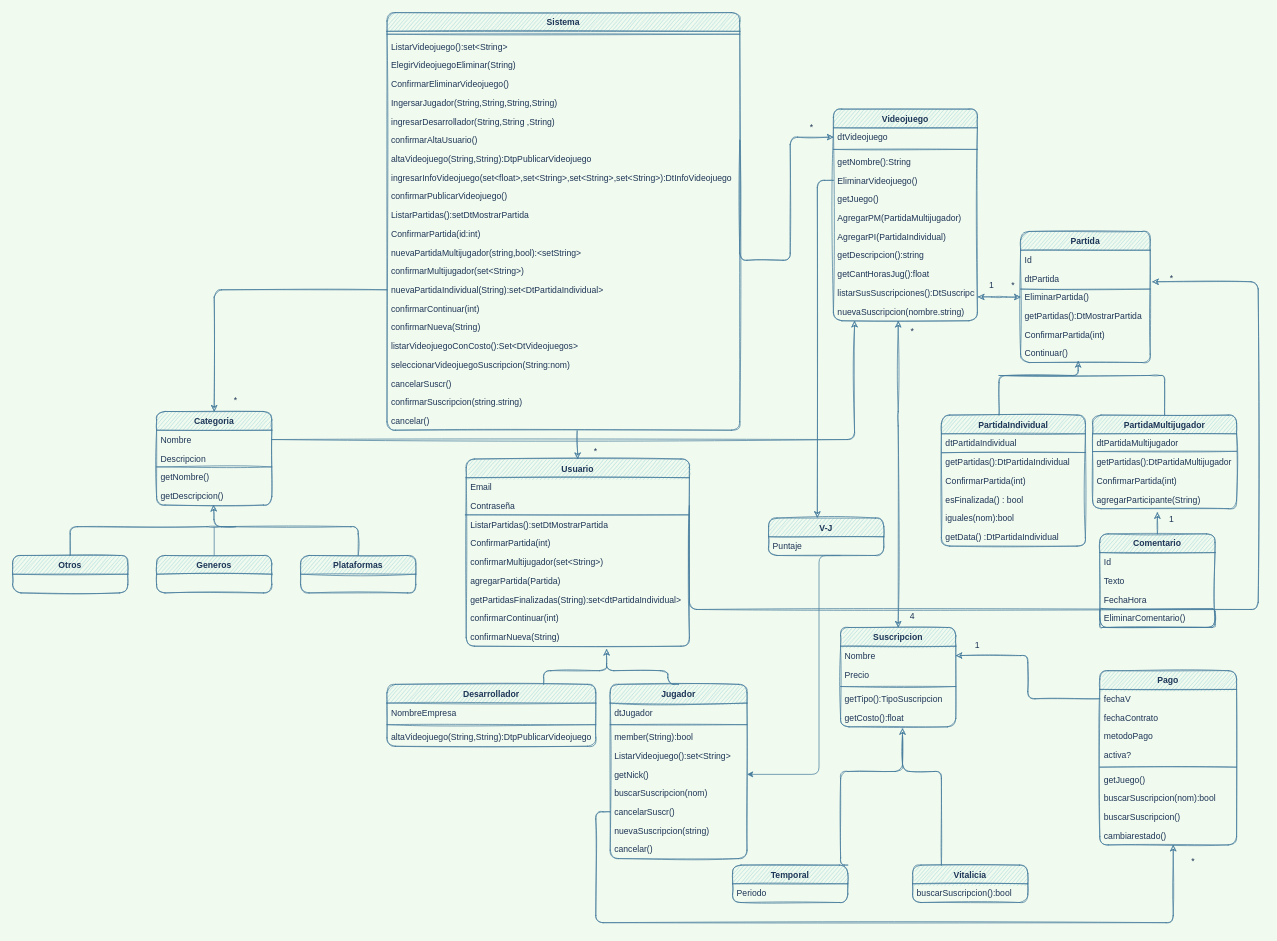
CintiaLeal/Laboratorio_PA keeps this draw.io diagram as UML.drawio. Above is the earlier version. Source tidied: cells renumbered, new cells numbered last; positions are measured from the earlier drawing's top-left corner, leaving out a move shared by most shapes. Both pictures are drawn from the tidied source at 72%, with x=0, y=0 at pixel (12, 12).
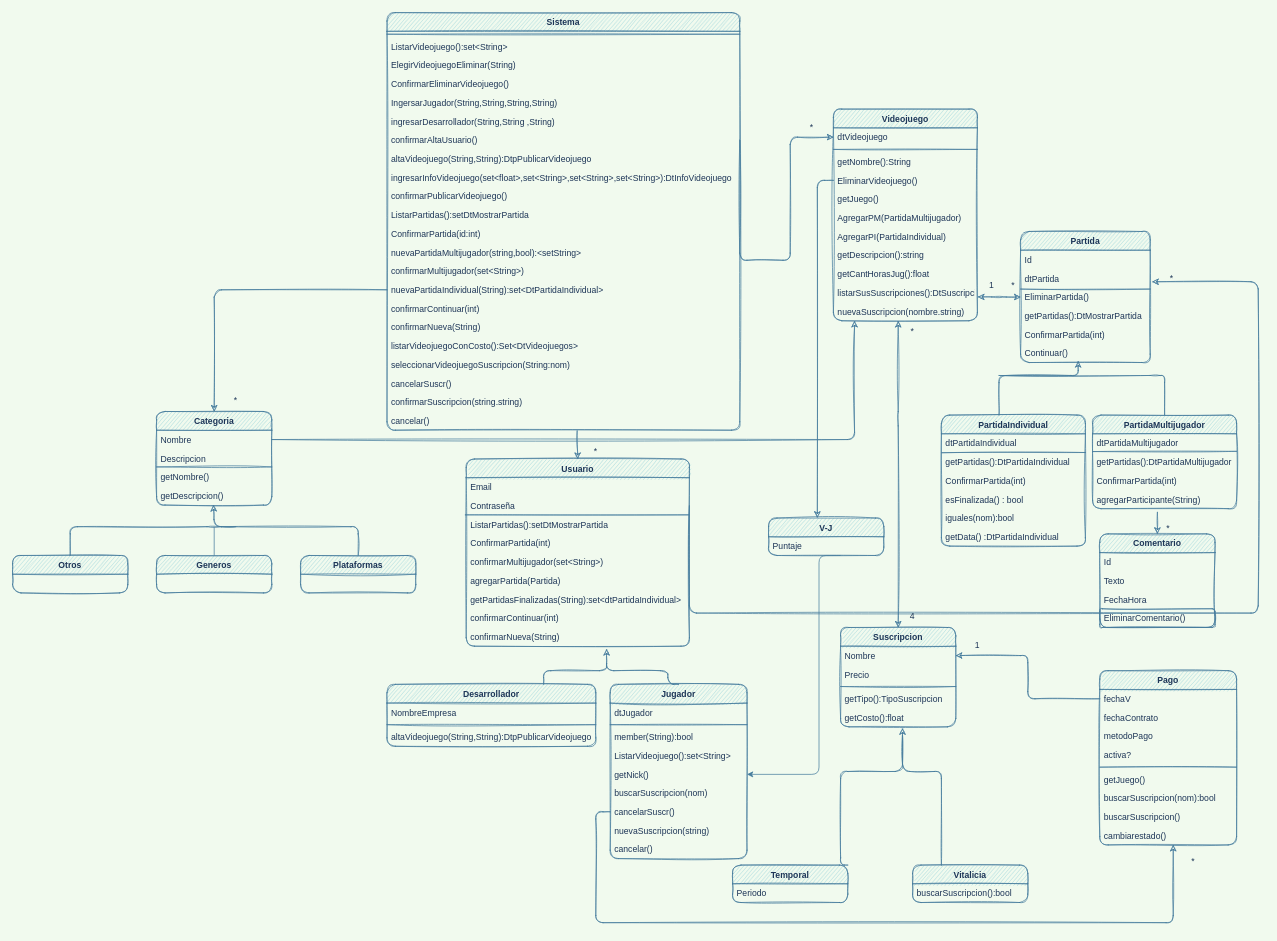
Above is the later version.

The change refers to these unchanged cells:
```xml
<mxCell id="39" value="dtPartida" style="text;strokeColor=none;fillColor=none;align=left;verticalAlign=top;spacingLeft=4;spacingRight=4;overflow=hidden;points=[[0,0.5],[1,0.5]];portConstraint=eastwest;fontColor=#1D3557;sketch=1;rounded=1;" parent="37" vertex="1">
  <mxGeometry y="52" width="180" height="26" as="geometry" />
</mxCell>
<mxCell id="54" value="Comentario" style="swimlane;fontStyle=1;align=center;verticalAlign=top;horizontal=1;startSize=26;fillColor=#A8DADC;strokeColor=#457B9D;fontColor=#1D3557;sketch=1;rounded=1;" parent="1" vertex="1">
  <mxGeometry x="1510" y="724" width="160" height="130" as="geometry" />
</mxCell>
<mxCell id="73" value="Contraseña" style="text;strokeColor=none;fillColor=none;align=left;verticalAlign=top;spacingLeft=4;spacingRight=4;overflow=hidden;points=[[0,0.5],[1,0.5]];portConstraint=eastwest;fontColor=#1D3557;sketch=1;rounded=1;" parent="71" vertex="1">
  <mxGeometry y="52" width="310" height="26" as="geometry" />
</mxCell>
```

What changed in the source:
```diff
@@
-    <mxCell id="53" style="edgeStyle=orthogonalEdgeStyle;rounded=1;jettySize=auto;html=1;exitX=0.5;exitY=0;exitDx=0;exitDy=0;startArrow=none;startFill=0;endArrow=classic;endFill=1;labelBackgroundColor=#F1FAEE;strokeColor=#457B9D;fontColor=#1D3557;sketch=1;" parent="1" edge="1" source="54">
+    <mxCell id="53" style="edgeStyle=orthogonalEdgeStyle;rounded=1;jettySize=auto;html=1;exitX=0.5;exitY=0;exitDx=0;exitDy=0;startArrow=classic;startFill=1;endArrow=none;endFill=0;labelBackgroundColor=#F1FAEE;strokeColor=#457B9D;fontColor=#1D3557;sketch=1;" parent="1" edge="1" source="54">
       <mxGeometry relative="1" as="geometry">
         <mxPoint x="1590" y="694" as="targetPoint" />
       </mxGeometry>
     </mxCell>
@@
     <mxCell id="112" style="edgeStyle=orthogonalEdgeStyle;rounded=1;jettySize=auto;html=1;exitX=1;exitY=0.5;exitDx=0;exitDy=0;startArrow=none;startFill=0;endArrow=classic;endFill=1;entryX=1.016;entryY=0.685;entryDx=0;entryDy=0;entryPerimeter=0;labelBackgroundColor=#F1FAEE;strokeColor=#457B9D;fontColor=#1D3557;sketch=1;" parent="1" edge="1" source="73" target="39">
       <mxGeometry relative="1" as="geometry">
         <Array as="points">
-          <mxPoint x="940" y="829" />
-          <mxPoint x="1730" y="829" />
+          <mxPoint x="940" y="834" />
+          <mxPoint x="1730" y="834" />
           <mxPoint x="1730" y="374" />
         </Array>
       </mxGeometry>
     </mxCell>
@@
-    <mxCell id="147" value="1" style="text;html=1;strokeColor=none;fillColor=none;align=center;verticalAlign=middle;whiteSpace=wrap;rounded=0;sketch=0;fontColor=#1D3557;" parent="1" vertex="1">
-      <mxGeometry x="1580" y="689" width="60" height="30" as="geometry" />
+    <mxCell id="147" value="*" style="text;html=1;strokeColor=none;fillColor=none;align=center;verticalAlign=middle;whiteSpace=wrap;rounded=0;sketch=0;fontColor=#1D3557;" parent="1" vertex="1">
+      <mxGeometry x="1575" y="702" width="60" height="30" as="geometry" />
     </mxCell>
```
